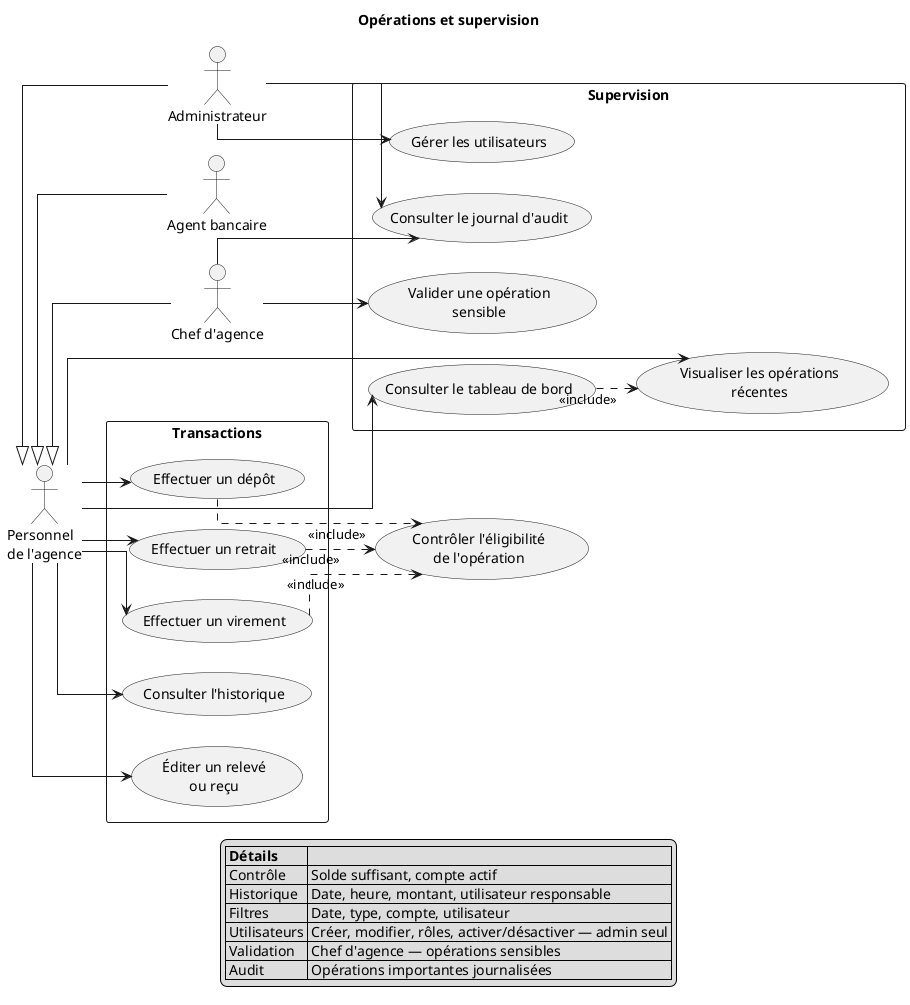
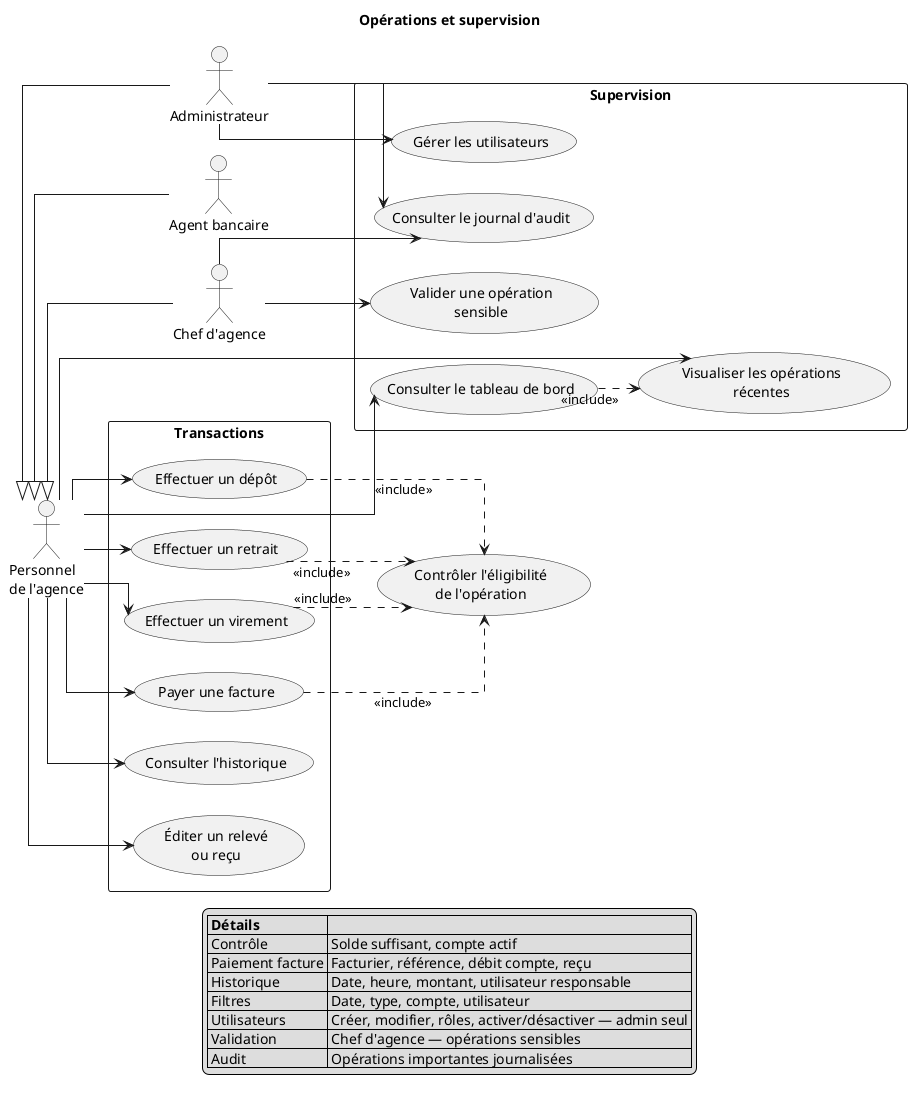
@startuml 02-operations-supervision
left to right direction
skinparam shadowing false
skinparam packageStyle rectangle
skinparam nodesep 30
skinparam ranksep 40
skinparam linetype ortho

title Opérations et supervision

actor "Personnel\nde l'agence" as personnel

actor "Administrateur" as admin
actor "Agent bancaire" as agent
actor "Chef d'agence" as chef

admin -up-|> personnel
agent -up-|> personnel
chef -up-|> personnel

rectangle "Transactions" {
  usecase "Effectuer un dépôt" as UC_DEPOT
  usecase "Effectuer un retrait" as UC_RETRAIT
  usecase "Effectuer un virement" as UC_VIREMENT
+   usecase "Payer une facture" as UC_BILL
  usecase "Consulter l'historique" as UC_HIST
  usecase "Éditer un relevé\nou reçu" as UC_RELEVE
}

rectangle "Supervision" {
  usecase "Consulter le tableau de bord" as UC_DASH
  usecase "Visualiser les opérations\nrécentes" as UC_RECENT
  usecase "Gérer les utilisateurs" as UC_USERS
  usecase "Consulter le journal d'audit" as UC_AUDIT_VIEW
  usecase "Valider une opération\nsensible" as UC_VALIDATE
}

usecase "Contrôler l'éligibilité\nde l'opération" as UC_CHECK

personnel --> UC_DEPOT
personnel --> UC_RETRAIT
personnel --> UC_VIREMENT
+ personnel --> UC_BILL
personnel --> UC_HIST
personnel --> UC_RELEVE
personnel --> UC_DASH
personnel --> UC_RECENT

admin --> UC_USERS
admin --> UC_AUDIT_VIEW
chef --> UC_AUDIT_VIEW
chef --> UC_VALIDATE

UC_DEPOT ..> UC_CHECK : <<include>>
UC_RETRAIT ..> UC_CHECK : <<include>>
UC_VIREMENT ..> UC_CHECK : <<include>>
+ UC_BILL ..> UC_CHECK : <<include>>
UC_DASH ..> UC_RECENT : <<include>>

legend bottom
  |= Détails |= |
  | Contrôle | Solde suffisant, compte actif |
+   | Paiement facture | Facturier, référence, débit compte, reçu |
  | Historique | Date, heure, montant, utilisateur responsable |
  | Filtres | Date, type, compte, utilisateur |
  | Utilisateurs | Créer, modifier, rôles, activer/désactiver — admin seul |
  | Validation | Chef d'agence — opérations sensibles |
  | Audit | Opérations importantes journalisées |
endlegend

@enduml
